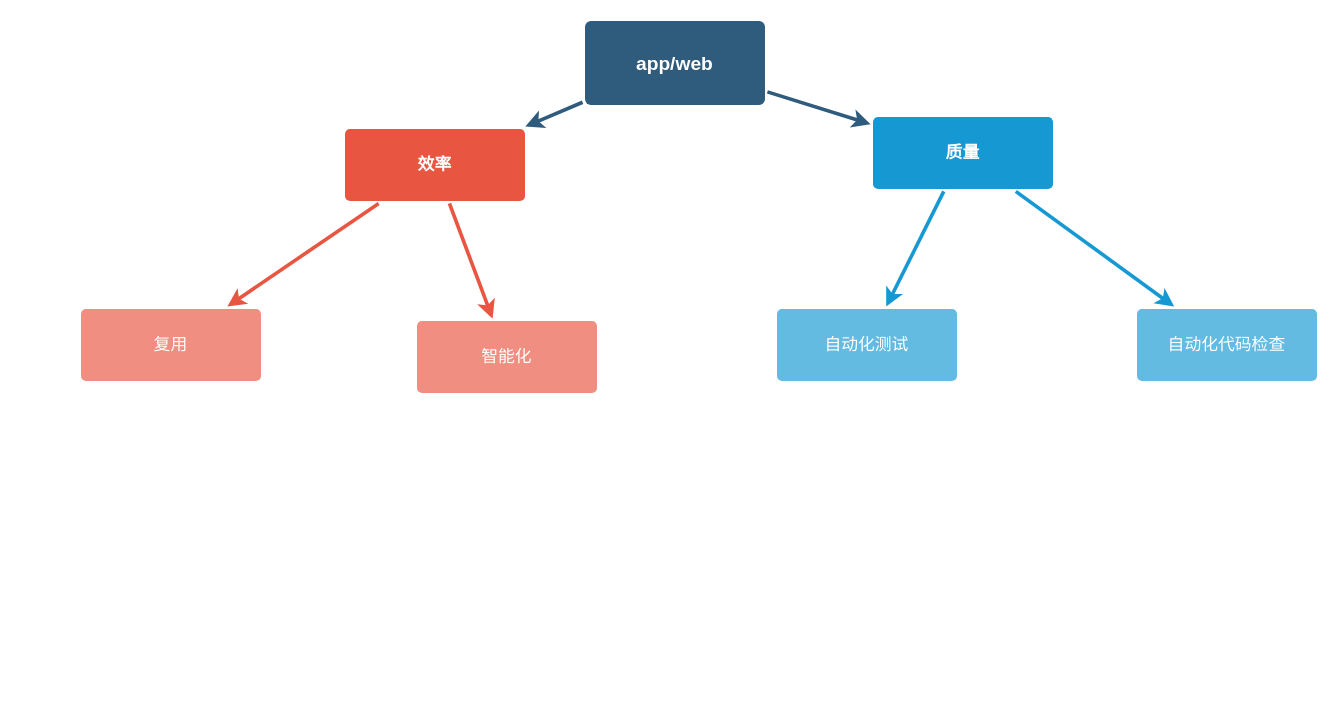
This is app-技术梳理-思维导图.drawio from metre/images, a draw.io file, before an edit. Source tidied: cells renumbered, new cells numbered last; positions are measured from the earlier drawing's top-left corner, leaving out a move shared by most shapes. Both pictures are drawn from the tidied source at 120%, with x=0, y=0 at pixel (80, 20).
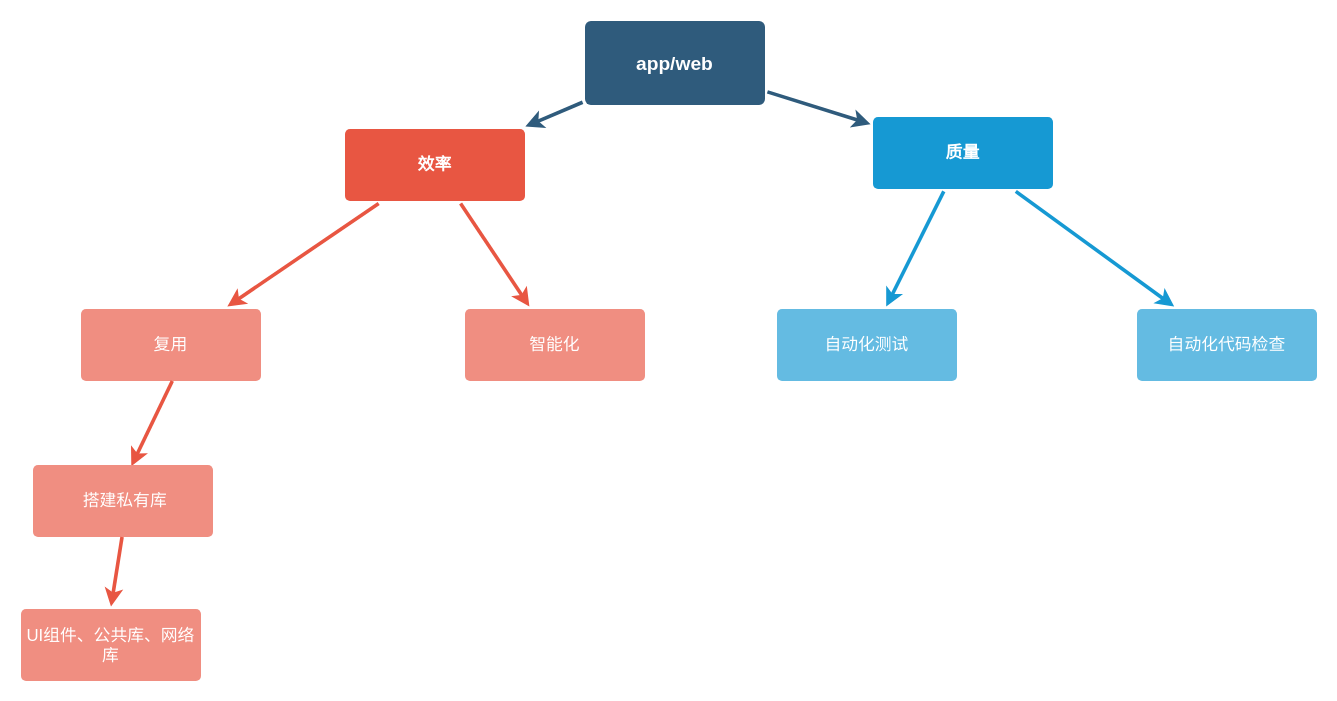
The same page after the edit.

Commit message (it also covers changes not shown here):
Update app-技术梳理-思维导图.drawio

Change to the diagram source:
```diff
@@
     <mxCell id="8" value="智能化" style="rounded=1;whiteSpace=wrap;html=1;shadow=0;labelBackgroundColor=none;strokeColor=none;strokeWidth=3;fillColor=#f08e81;fontFamily=Helvetica;fontSize=14;fontColor=#FFFFFF;align=center;spacing=5;fontStyle=0;arcSize=7;perimeterSpacing=2;" parent="1" vertex="1">
-      <mxGeometry x="280" y="250" width="150" height="60" as="geometry" />
+      <mxGeometry x="320" y="240" width="150" height="60" as="geometry" />
     </mxCell>
@@
+    <mxCell id="15" style="edgeStyle=none;rounded=1;jumpStyle=none;html=1;shadow=0;labelBackgroundColor=none;startArrow=none;startFill=0;jettySize=auto;strokeColor=#E85642;strokeWidth=3;fontFamily=Helvetica;fontSize=14;fontColor=#FFFFFF;spacing=5;fontStyle=1;fillColor=#b0e3e6;entryX=0.545;entryY=0.047;entryDx=0;entryDy=0;entryPerimeter=0;" parent="1" edge="1" target="16">
+      <mxGeometry relative="1" as="geometry">
+        <mxPoint x="76.1" y="300" as="sourcePoint" />
+      </mxGeometry>
+    </mxCell>
+    <mxCell id="16" value="&amp;nbsp;搭建私有库" style="rounded=1;whiteSpace=wrap;html=1;shadow=0;labelBackgroundColor=none;strokeColor=none;strokeWidth=3;fillColor=#f08e81;fontFamily=Helvetica;fontSize=14;fontColor=#FFFFFF;align=center;spacing=5;fontStyle=0;arcSize=7;perimeterSpacing=2;" parent="1" vertex="1">
+      <mxGeometry x="-40" y="370" width="150" height="60" as="geometry" />
+    </mxCell>
+    <mxCell id="17" value="UI组件、公共库、网络库" style="rounded=1;whiteSpace=wrap;html=1;shadow=0;labelBackgroundColor=none;strokeColor=none;strokeWidth=3;fillColor=#f08e81;fontFamily=Helvetica;fontSize=14;fontColor=#FFFFFF;align=center;spacing=5;fontStyle=0;arcSize=7;perimeterSpacing=2;" parent="1" vertex="1">
+      <mxGeometry x="-50" y="490" width="150" height="60" as="geometry" />
+    </mxCell>
+    <mxCell id="18" style="edgeStyle=none;rounded=1;jumpStyle=none;html=1;shadow=0;labelBackgroundColor=none;startArrow=none;startFill=0;jettySize=auto;strokeColor=#E85642;strokeWidth=3;fontFamily=Helvetica;fontSize=14;fontColor=#FFFFFF;spacing=5;fontStyle=1;fillColor=#b0e3e6;entryX=0.5;entryY=0;entryDx=0;entryDy=0;" parent="1" edge="1" target="17">
+      <mxGeometry relative="1" as="geometry">
+        <mxPoint x="34.2" y="430" as="sourcePoint" />
+      </mxGeometry>
+    </mxCell>
```
